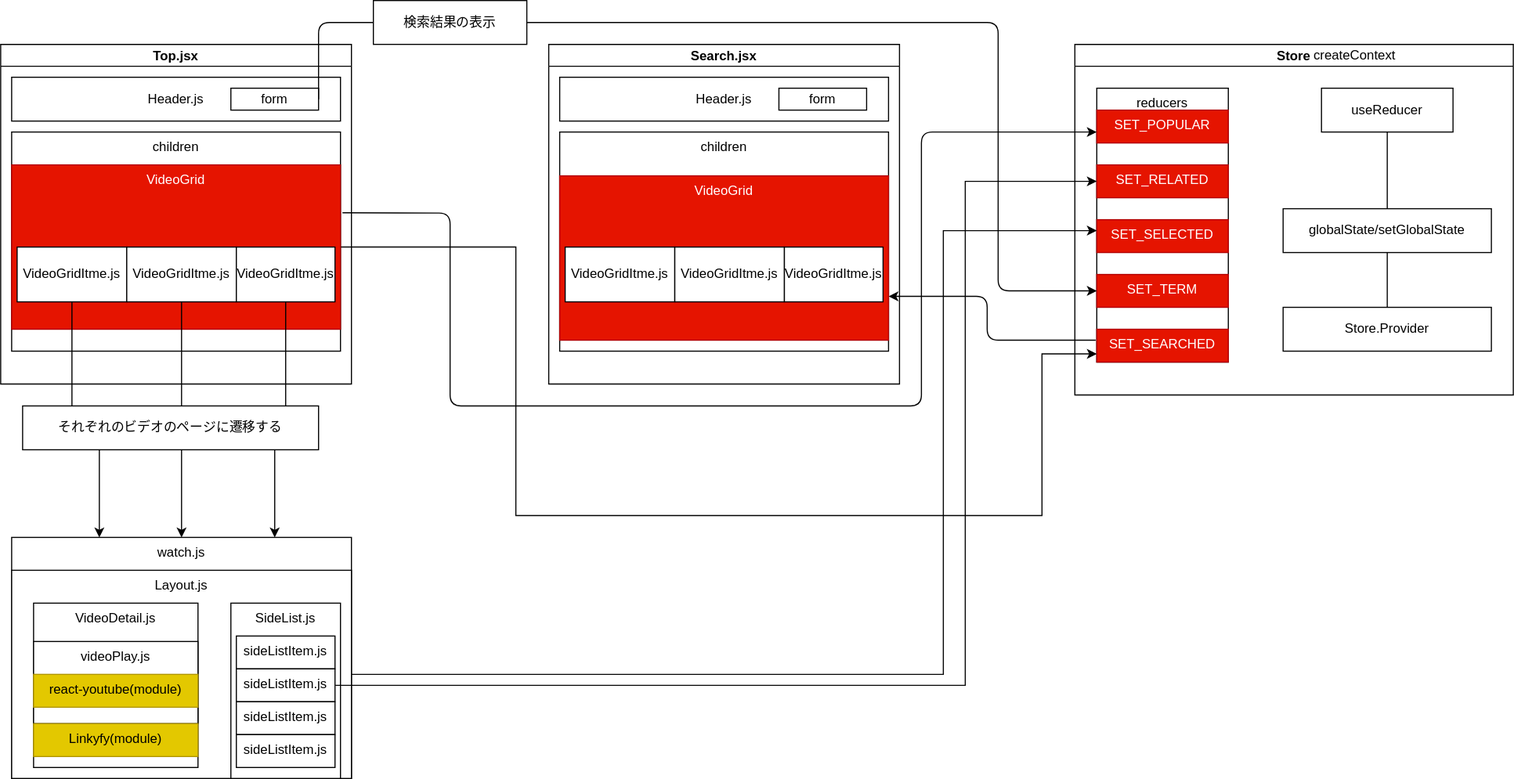
The draw.io diagram youtube-createContext/component.drawio.svg in awsome-cats/project-design-for-react, before a commit. Source tidied: cells renumbered, new cells last; positions are measured from the earlier drawing's top-left corner, leaving out a move shared by most shapes.
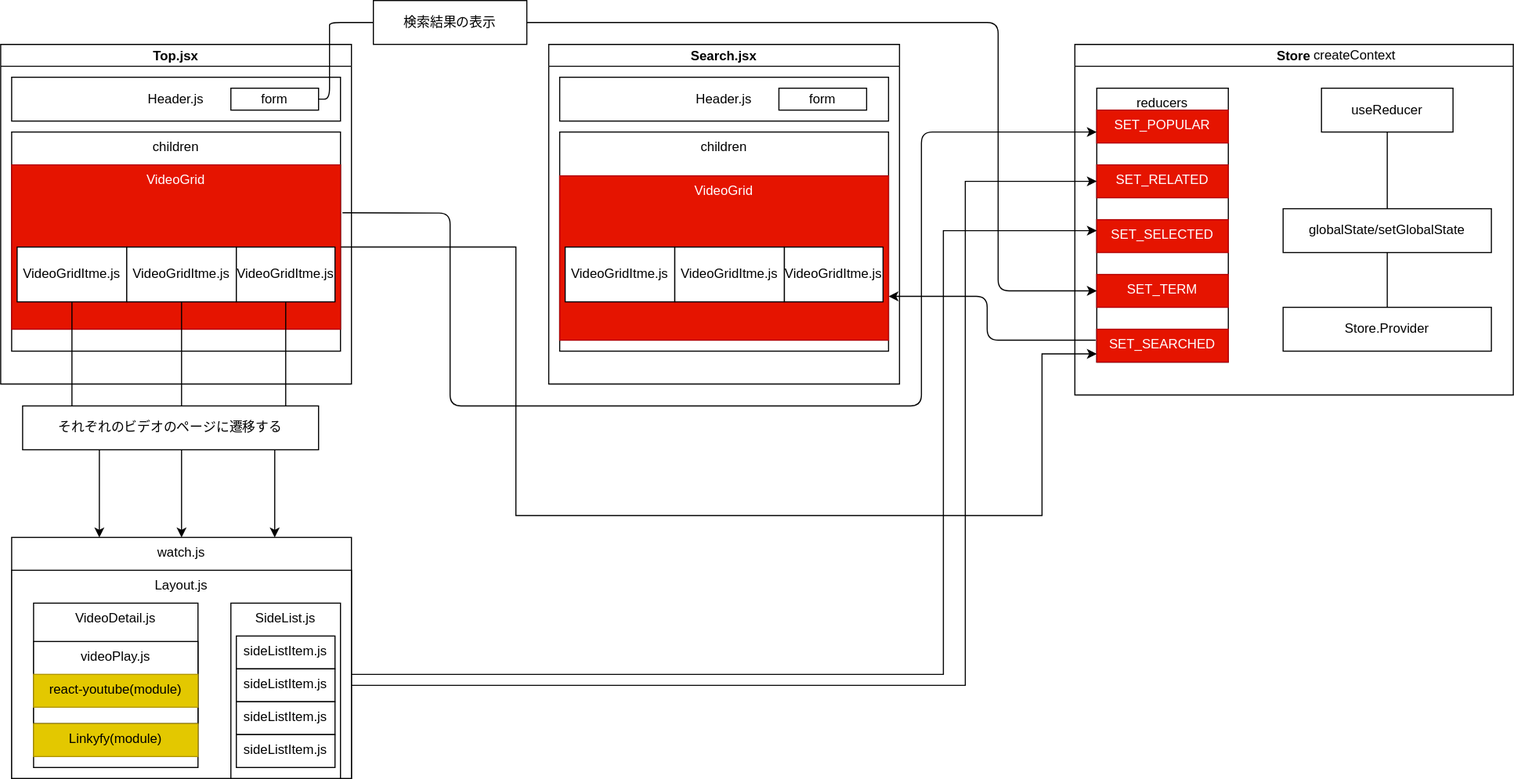
After the commit.

The edit, as a diff of the source:
```diff
@@ -116,8 +116,9 @@
     <mxCell id="33" value="sideListItem.js" style="rounded=0;whiteSpace=wrap;html=1;align=center;verticalAlign=top;" parent="1" vertex="1">
       <mxGeometry x="215" y="580" width="90" height="30" as="geometry" />
     </mxCell>
-    <mxCell id="34" style="edgeStyle=orthogonalEdgeStyle;rounded=0;jettySize=auto;html=1;fontColor=#FFFFFF;" parent="1" edge="1" source="35">
+    <mxCell id="34" style="edgeStyle=orthogonalEdgeStyle;rounded=0;orthogonalLoop=1;jettySize=auto;html=1;fontColor=#FFFFFF;" parent="1" edge="1">
       <mxGeometry relative="1" as="geometry">
+        <mxPoint x="320" y="625" as="sourcePoint" />
         <mxPoint x="1000" y="165" as="targetPoint" />
         <Array as="points">
           <mxPoint x="880" y="625" />
@@ -185,7 +186,9 @@
       <mxGeometry relative="1" as="geometry">
         <mxPoint x="290" y="90" as="sourcePoint" />
         <Array as="points">
-          <mxPoint x="290" y="20" />
+          <mxPoint x="300" y="90" />
+          <mxPoint x="300" y="30" />
+          <mxPoint x="300" y="20" />
           <mxPoint x="910" y="20" />
           <mxPoint x="910" y="265" />
         </Array>
```
